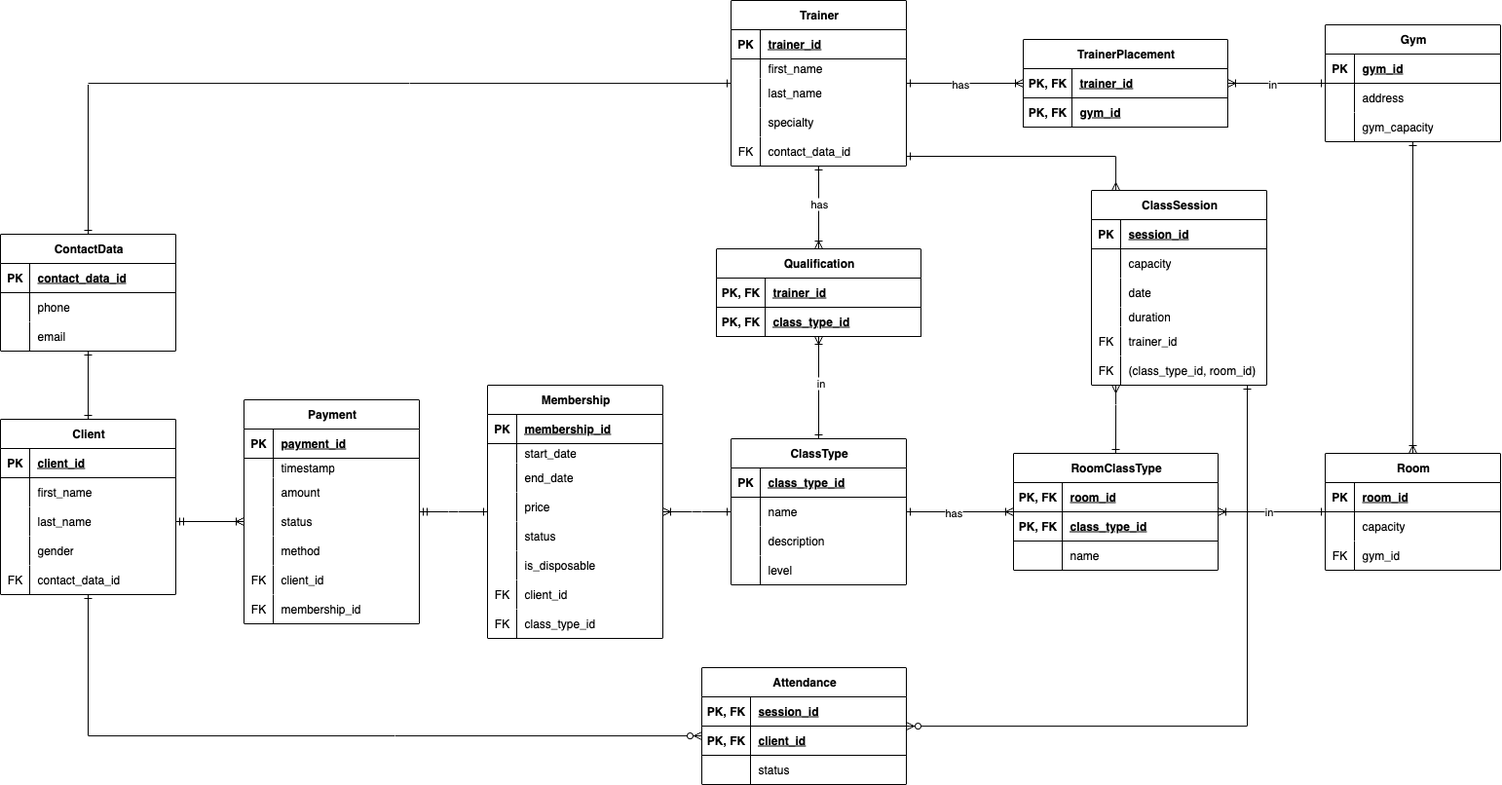
AnnKuts/PeremohaSports keeps this draw.io diagram as diagrams/crows-foot/crowsfoot-diagram.drawio.png. Above is the earlier version. Source tidied: cells renumbered, new cells last; positions are measured from the earlier drawing's top-left corner, leaving out a move shared by most shapes.
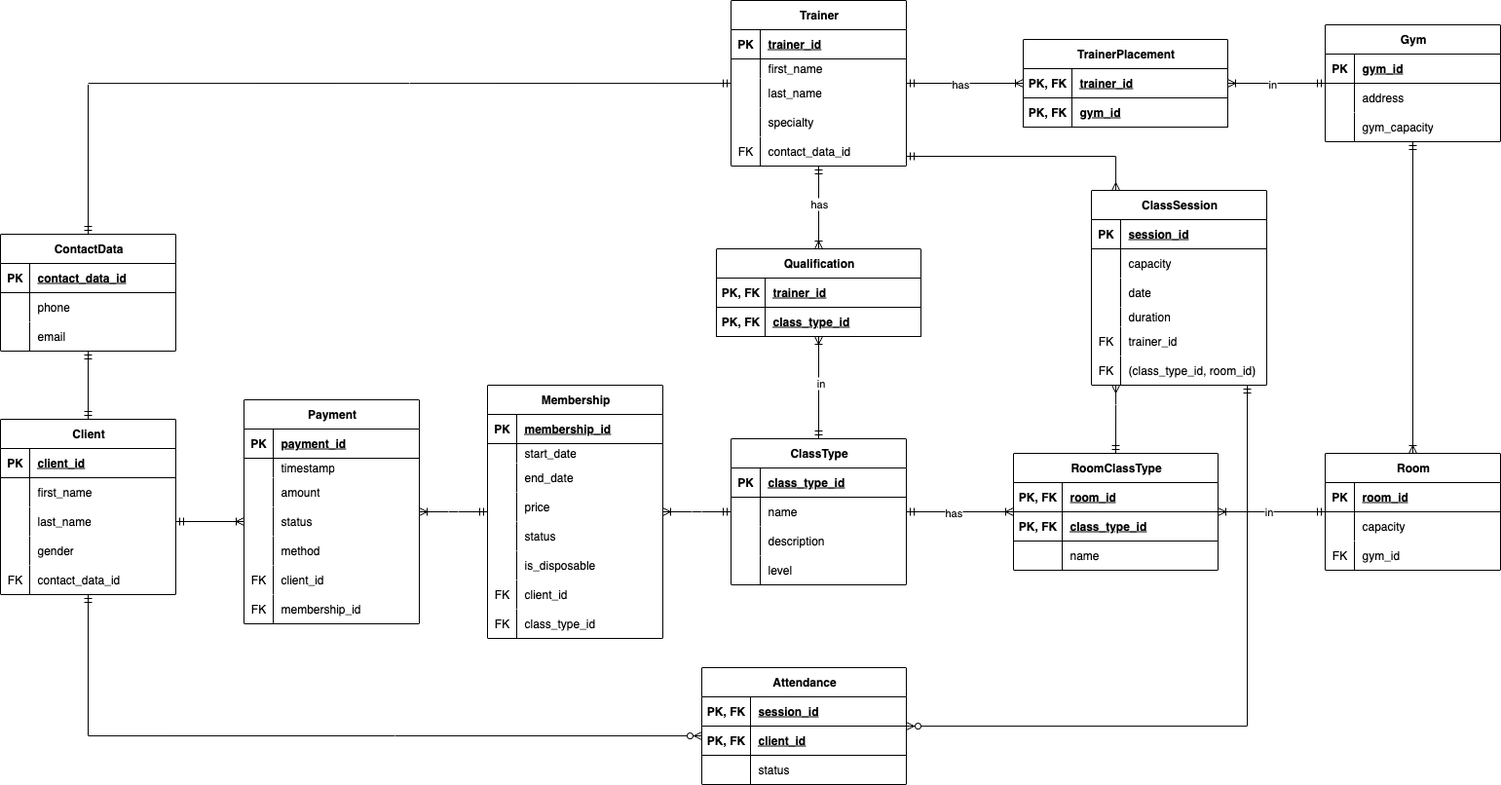
After the change.

Commit message:
fix: update relationships in chen and crowsfoot diagrams

Change to the diagram source:
```diff
@@ -194,7 +194,7 @@
     <mxCell id="65" value="class_type_id" style="shape=partialRectangle;fillColor=none;top=0;left=0;bottom=0;right=0;align=left;spacingLeft=6;overflow=hidden;whiteSpace=wrap;html=1;" parent="63" vertex="1">
       <mxGeometry x="30" width="150" height="30" as="geometry" />
     </mxCell>
-    <mxCell id="66" style="edgeStyle=entityRelationEdgeStyle;fontSize=12;html=1;endArrow=ERone;startArrow=ERmandOne;rounded=0;" parent="1" edge="1" source="18" target="41">
+    <mxCell id="66" style="edgeStyle=entityRelationEdgeStyle;fontSize=12;html=1;endArrow=ERmandOne;startArrow=ERoneToMany;rounded=0;endFill=0;startFill=0;" parent="1" edge="1" source="18" target="41">
       <mxGeometry relative="1" as="geometry" />
     </mxCell>
     <mxCell id="67" value="ClassType" style="shape=table;startSize=30;rowLines=0;fontStyle=1;align=center;html=1;" parent="1" vertex="1">
@@ -236,7 +236,7 @@
     <mxCell id="79" value="level" style="shape=partialRectangle;fillColor=none;top=0;left=0;bottom=0;right=0;align=left;spacingLeft=6;overflow=hidden;whiteSpace=wrap;html=1;" parent="77" vertex="1">
       <mxGeometry x="30" width="150" height="30" as="geometry" />
     </mxCell>
-    <mxCell id="80" style="edgeStyle=entityRelationEdgeStyle;fontSize=12;html=1;endArrow=ERone;startArrow=ERoneToMany;rounded=0;" parent="1" edge="1" source="41" target="67">
+    <mxCell id="80" style="edgeStyle=entityRelationEdgeStyle;fontSize=12;html=1;endArrow=ERmandOne;startArrow=ERoneToMany;rounded=0;endFill=0;" parent="1" edge="1" source="41" target="67">
       <mxGeometry relative="1" as="geometry" />
     </mxCell>
     <mxCell id="81" value="Qualification" style="shape=table;startSize=30;rowLines=0;fontStyle=1;align=center;html=1;" parent="1" vertex="1">
@@ -260,7 +260,7 @@
     <mxCell id="87" value="class_type_id" style="shape=partialRectangle;fillColor=none;top=0;left=0;bottom=0;right=0;align=left;spacingLeft=6;fontStyle=5;overflow=hidden;whiteSpace=wrap;html=1;" parent="85" vertex="1">
       <mxGeometry x="50" width="160" height="30" as="geometry" />
     </mxCell>
-    <mxCell id="88" style="fontSize=12;html=1;endArrow=ERone;startArrow=ERoneToMany;rounded=0;" parent="1" edge="1" source="81" target="67">
+    <mxCell id="88" style="fontSize=12;html=1;endArrow=ERmandOne;startArrow=ERoneToMany;rounded=0;endFill=0;" parent="1" edge="1" source="81" target="67">
       <mxGeometry relative="1" as="geometry" />
     </mxCell>
     <mxCell id="89" value="in" style="edgeLabel;html=1;align=center;verticalAlign=middle;" parent="88" vertex="1">
@@ -314,7 +314,7 @@
     <mxCell id="105" value="contact_data_id" style="shape=partialRectangle;fillColor=none;top=0;left=0;bottom=0;right=0;align=left;spacingLeft=6;overflow=hidden;whiteSpace=wrap;html=1;" parent="103" vertex="1">
       <mxGeometry x="30" width="150" height="30" as="geometry" />
     </mxCell>
-    <mxCell id="106" style="fontSize=12;html=1;endArrow=ERone;startArrow=ERoneToMany;rounded=0;" parent="1" edge="1" target="90">
+    <mxCell id="106" style="fontSize=12;html=1;endArrow=ERmandOne;startArrow=ERoneToMany;rounded=0;endFill=0;" parent="1" edge="1" target="90">
       <mxGeometry relative="1" as="geometry">
         <mxPoint x="840" y="255" as="sourcePoint" />
       </mxGeometry>
@@ -345,7 +345,7 @@
     <mxCell id="114" value="gym_id" style="shape=partialRectangle;fillColor=none;top=0;left=0;bottom=0;right=0;align=left;spacingLeft=6;fontStyle=5;overflow=hidden;whiteSpace=wrap;html=1;" parent="112" vertex="1">
       <mxGeometry x="50" width="160" height="30" as="geometry" />
     </mxCell>
-    <mxCell id="115" style="fontSize=12;html=1;endArrow=ERone;startArrow=ERoneToMany;rounded=0;" parent="1" edge="1" source="108" target="90">
+    <mxCell id="115" style="fontSize=12;html=1;endArrow=ERmandOne;startArrow=ERoneToMany;rounded=0;endFill=0;" parent="1" edge="1" source="108" target="90">
       <mxGeometry relative="1" as="geometry" />
     </mxCell>
     <mxCell id="116" value="has" style="edgeLabel;html=1;align=left;verticalAlign=middle;" parent="115" vertex="1">
@@ -383,7 +383,7 @@
     <mxCell id="126" value="gym_capacity" style="shape=partialRectangle;fillColor=none;top=0;left=0;bottom=0;right=0;align=left;spacingLeft=6;overflow=hidden;whiteSpace=wrap;html=1;" parent="124" vertex="1">
       <mxGeometry x="30" width="150" height="30" as="geometry" />
     </mxCell>
-    <mxCell id="127" style="fontSize=12;html=1;endArrow=ERone;startArrow=ERoneToMany;rounded=0;exitX=1;exitY=0.5;exitDx=0;exitDy=0;" parent="1" edge="1" source="109" target="117">
+    <mxCell id="127" style="fontSize=12;html=1;endArrow=ERmandOne;startArrow=ERoneToMany;rounded=0;exitX=1;exitY=0.5;exitDx=0;exitDy=0;endFill=0;" parent="1" edge="1" source="109" target="117">
       <mxGeometry relative="1" as="geometry" />
     </mxCell>
     <mxCell id="128" value="in" style="edgeLabel;html=1;align=left;verticalAlign=middle;" parent="127" vertex="1">
@@ -421,7 +421,7 @@
     <mxCell id="138" value="name" style="shape=partialRectangle;fillColor=none;top=0;left=0;bottom=0;right=0;align=left;spacingLeft=6;overflow=hidden;whiteSpace=wrap;html=1;" parent="136" vertex="1">
       <mxGeometry x="50" width="160" height="30" as="geometry" />
     </mxCell>
-    <mxCell id="139" style="fontSize=12;html=1;endArrow=ERone;startArrow=ERoneToMany;rounded=0;" parent="1" edge="1" source="129" target="67">
+    <mxCell id="139" style="fontSize=12;html=1;endArrow=ERmandOne;startArrow=ERoneToMany;rounded=0;endFill=0;" parent="1" edge="1" source="129" target="67">
       <mxGeometry relative="1" as="geometry" />
     </mxCell>
     <mxCell id="140" value="has" style="edgeLabel;html=1;align=left;verticalAlign=middle;" parent="139" vertex="1">
@@ -459,10 +459,10 @@
     <mxCell id="150" value="gym_id" style="shape=partialRectangle;fillColor=none;top=0;left=0;bottom=0;right=0;align=left;spacingLeft=6;overflow=hidden;whiteSpace=wrap;html=1;" parent="148" vertex="1">
       <mxGeometry x="30" width="150" height="30" as="geometry" />
     </mxCell>
-    <mxCell id="151" style="fontSize=12;html=1;endArrow=ERone;startArrow=ERoneToMany;rounded=0;" parent="1" edge="1" source="141" target="117">
+    <mxCell id="151" style="fontSize=12;html=1;endArrow=ERmandOne;startArrow=ERoneToMany;rounded=0;endFill=0;" parent="1" edge="1" source="141" target="117">
       <mxGeometry relative="1" as="geometry" />
     </mxCell>
-    <mxCell id="152" style="fontSize=12;html=1;endArrow=ERone;startArrow=ERoneToMany;rounded=0;" parent="1" edge="1" source="129" target="141">
+    <mxCell id="152" style="fontSize=12;html=1;endArrow=ERmandOne;startArrow=ERoneToMany;rounded=0;endFill=0;" parent="1" edge="1" source="129" target="141">
       <mxGeometry relative="1" as="geometry" />
     </mxCell>
     <mxCell id="153" value="in" style="edgeLabel;html=1;align=center;verticalAlign=middle;" parent="152" vertex="1">
@@ -525,7 +525,7 @@
     <mxCell id="172" value="(class_type_id, room_id)" style="shape=partialRectangle;fillColor=none;top=0;left=0;bottom=0;right=0;align=left;spacingLeft=6;overflow=hidden;whiteSpace=wrap;html=1;" parent="170" vertex="1">
       <mxGeometry x="30" width="150" height="30" as="geometry" />
     </mxCell>
-    <mxCell id="173" style="fontSize=12;html=1;endArrow=ERone;startArrow=ERmany;rounded=0;entryX=0.5;entryY=0;entryDx=0;entryDy=0;edgeStyle=orthogonalEdgeStyle;" parent="1" edge="1" source="154" target="129">
+    <mxCell id="173" style="fontSize=12;html=1;endArrow=ERmandOne;startArrow=ERmany;rounded=0;entryX=0.5;entryY=0;entryDx=0;entryDy=0;edgeStyle=orthogonalEdgeStyle;endFill=0;" parent="1" edge="1" source="154" target="129">
       <mxGeometry relative="1" as="geometry">
         <Array as="points">
           <mxPoint x="1145" y="415" />
@@ -533,7 +533,7 @@
         </Array>
       </mxGeometry>
     </mxCell>
-    <mxCell id="174" style="fontSize=12;html=1;endArrow=ERone;startArrow=ERmany;rounded=0;edgeStyle=orthogonalEdgeStyle;" parent="1" edge="1" source="154" target="90">
+    <mxCell id="174" style="fontSize=12;html=1;endArrow=ERmandOne;startArrow=ERmany;rounded=0;edgeStyle=orthogonalEdgeStyle;endFill=0;" parent="1" edge="1" source="154" target="90">
       <mxGeometry relative="1" as="geometry">
         <Array as="points">
           <mxPoint x="1145" y="160" />
@@ -570,14 +570,14 @@
     <mxCell id="184" value="status" style="shape=partialRectangle;fillColor=none;top=0;left=0;bottom=0;right=0;align=left;spacingLeft=6;overflow=hidden;whiteSpace=wrap;html=1;" parent="182" vertex="1">
       <mxGeometry x="50" width="160" height="30" as="geometry" />
     </mxCell>
-    <mxCell id="185" style="fontSize=12;html=1;endArrow=ERone;startArrow=ERzeroToMany;rounded=0;edgeStyle=orthogonalEdgeStyle;" parent="1" edge="1" source="175" target="2">
+    <mxCell id="185" style="fontSize=12;html=1;endArrow=ERmandOne;startArrow=ERzeroToMany;rounded=0;edgeStyle=orthogonalEdgeStyle;endFill=0;" parent="1" edge="1" source="175" target="2">
       <mxGeometry relative="1" as="geometry">
         <Array as="points">
           <mxPoint x="90" y="755" />
         </Array>
       </mxGeometry>
     </mxCell>
-    <mxCell id="186" style="fontSize=12;html=1;endArrow=ERone;startArrow=ERzeroToMany;rounded=0;edgeStyle=orthogonalEdgeStyle;" parent="1" edge="1" source="175" target="154">
+    <mxCell id="186" style="fontSize=12;html=1;endArrow=ERmandOne;startArrow=ERzeroToMany;rounded=0;edgeStyle=orthogonalEdgeStyle;endFill=0;" parent="1" edge="1" source="175" target="154">
       <mxGeometry relative="1" as="geometry">
         <Array as="points">
           <mxPoint x="1280" y="745" />
@@ -614,10 +614,10 @@
     <mxCell id="196" value="email" style="shape=partialRectangle;fillColor=none;top=0;left=0;bottom=0;right=0;align=left;spacingLeft=6;overflow=hidden;whiteSpace=wrap;html=1;" parent="194" vertex="1">
       <mxGeometry x="30" width="150" height="30" as="geometry" />
     </mxCell>
-    <mxCell id="197" style="edgeStyle=orthogonalEdgeStyle;fontSize=12;html=1;endArrow=ERone;startArrow=ERone;endFill=1;rounded=0;" parent="1" edge="1" source="2" target="187">
+    <mxCell id="197" style="edgeStyle=orthogonalEdgeStyle;fontSize=12;html=1;endArrow=ERmandOne;startArrow=ERmandOne;endFill=0;rounded=0;startFill=0;" parent="1" edge="1" source="2" target="187">
       <mxGeometry relative="1" as="geometry" />
     </mxCell>
-    <mxCell id="198" style="edgeStyle=orthogonalEdgeStyle;fontSize=12;html=1;endArrow=ERone;startArrow=ERone;endFill=1;rounded=0;exitX=0.5;exitY=0;exitDx=0;exitDy=0;" parent="1" edge="1" source="187" target="90">
+    <mxCell id="198" style="edgeStyle=orthogonalEdgeStyle;fontSize=12;html=1;endArrow=ERmandOne;startArrow=ERmandOne;endFill=0;rounded=0;exitX=0.5;exitY=0;exitDx=0;exitDy=0;startFill=0;" parent="1" edge="1" source="187" target="90">
       <mxGeometry relative="1" as="geometry">
         <Array as="points">
           <mxPoint x="90" y="85" />
```
